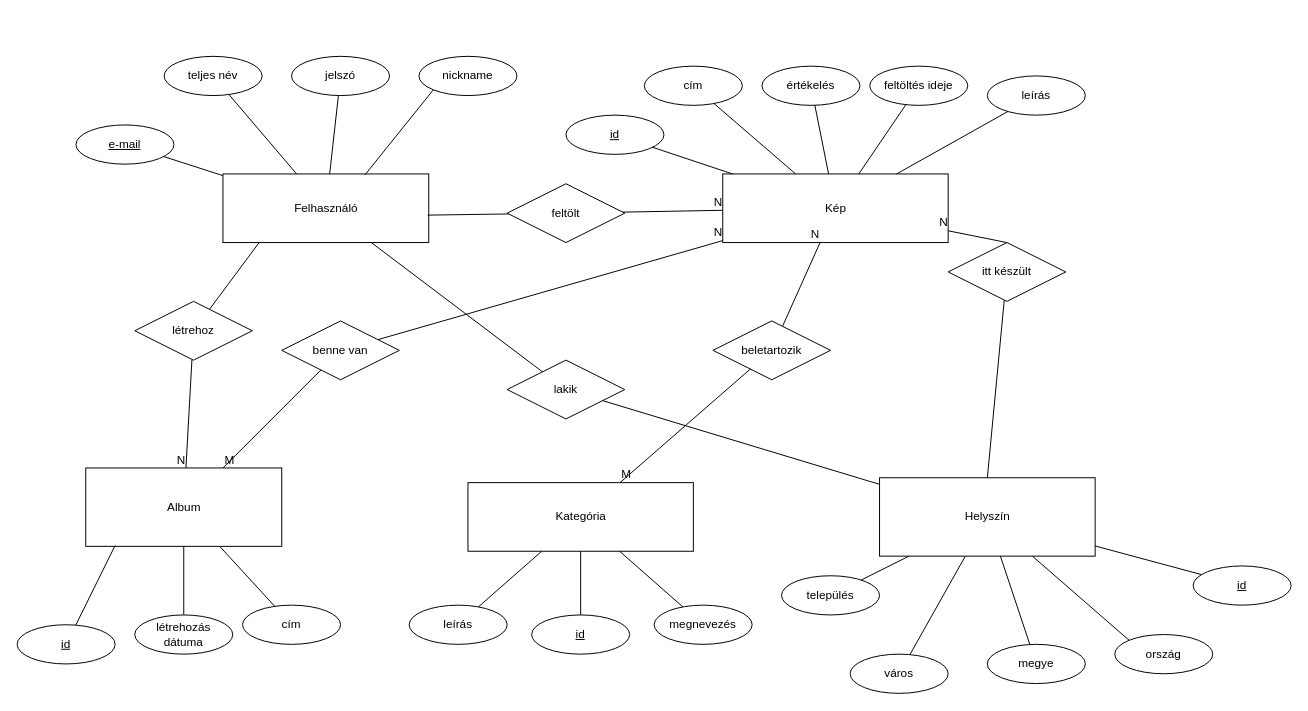
Earlier version of the draw.io diagram ETK.drawio (Bellerroli/adatb_fenykepalbum). Source tidied: cells renumbered, new cells numbered last; positions are measured from the earlier drawing's top-left corner, leaving out a move shared by most shapes. Both pictures are drawn from the tidied source at 98%, with x=0, y=0 at pixel (17, 56).
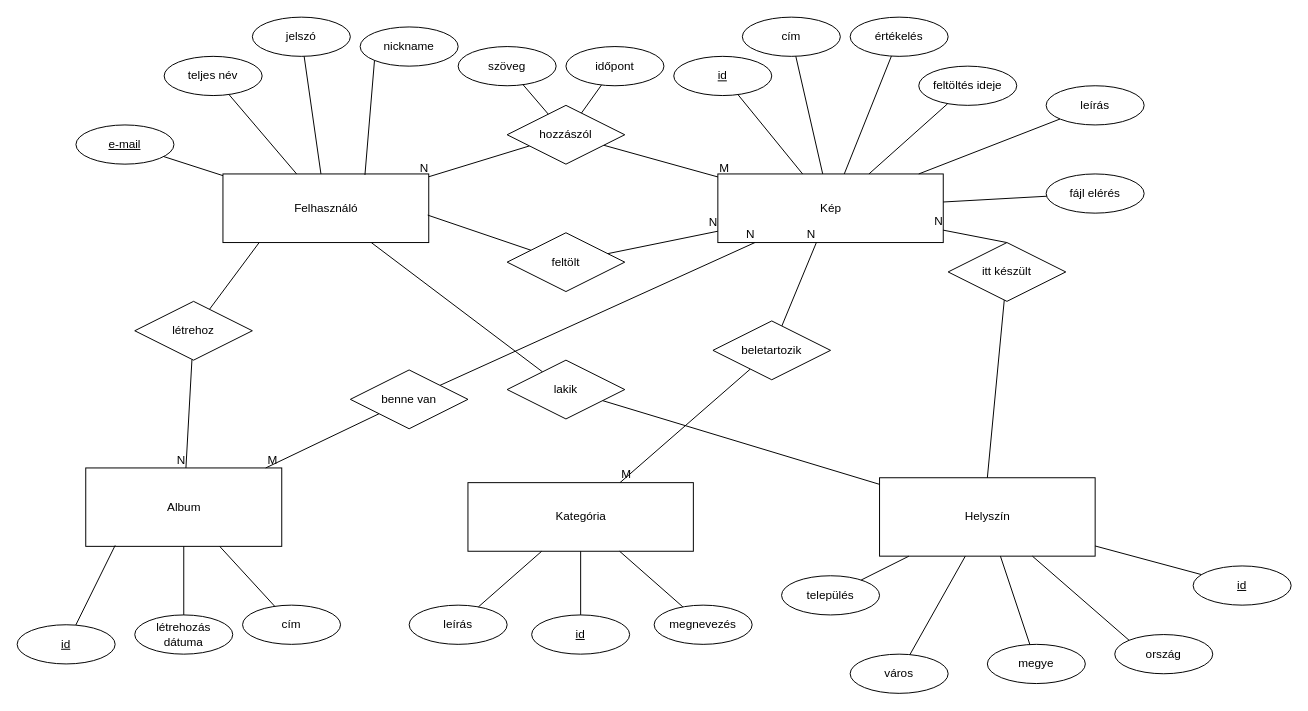
After the change.

Unchanged cells that the change refers to:
```xml
<mxCell id="2" value="Felhasználó" style="html=1;dashed=0;whitespace=wrap;" parent="1" vertex="1">
  <mxGeometry x="210" y="120" width="210" height="70" as="geometry" />
</mxCell>
```

What changed in the source:
```diff
@@
     <mxCell id="4" value="Kép" style="html=1;dashed=0;whitespace=wrap;" parent="1" vertex="1">
-      <mxGeometry x="720" y="120" width="230" height="70" as="geometry" />
+      <mxGeometry x="715" y="120" width="230" height="70" as="geometry" />
     </mxCell>
@@
     <mxCell id="7" value="jelszó" style="ellipse;whiteSpace=wrap;html=1;align=center;" parent="1" vertex="1">
-      <mxGeometry x="280" width="100" height="40" as="geometry" />
+      <mxGeometry x="240" y="-40" width="100" height="40" as="geometry" />
     </mxCell>
     <mxCell id="8" value="nickname" style="ellipse;whiteSpace=wrap;html=1;align=center;" parent="1" vertex="1">
-      <mxGeometry x="410" width="100" height="40" as="geometry" />
+      <mxGeometry x="350" y="-30" width="100" height="40" as="geometry" />
     </mxCell>
@@
     <mxCell id="14" value="cím" style="ellipse;whiteSpace=wrap;html=1;align=center;" parent="1" vertex="1">
-      <mxGeometry x="640" y="10" width="100" height="40" as="geometry" />
+      <mxGeometry x="740" y="-40" width="100" height="40" as="geometry" />
     </mxCell>
     <mxCell id="15" value="értékelés" style="ellipse;whiteSpace=wrap;html=1;align=center;" parent="1" vertex="1">
-      <mxGeometry x="760" y="10" width="100" height="40" as="geometry" />
+      <mxGeometry x="850" y="-40" width="100" height="40" as="geometry" />
     </mxCell>
     <mxCell id="16" value="feltöltés ideje" style="ellipse;whiteSpace=wrap;html=1;align=center;" parent="1" vertex="1">
-      <mxGeometry x="870" y="10" width="100" height="40" as="geometry" />
+      <mxGeometry x="920" y="10" width="100" height="40" as="geometry" />
     </mxCell>
     <mxCell id="17" value="leírás" style="ellipse;whiteSpace=wrap;html=1;align=center;" parent="1" vertex="1">
-      <mxGeometry x="990" y="20" width="100" height="40" as="geometry" />
+      <mxGeometry x="1050" y="30" width="100" height="40" as="geometry" />
     </mxCell>
     <mxCell id="18" value="id" style="ellipse;whiteSpace=wrap;html=1;align=center;fontStyle=4;" parent="1" vertex="1">
-      <mxGeometry x="560" y="60" width="100" height="40" as="geometry" />
+      <mxGeometry x="670" width="100" height="40" as="geometry" />
     </mxCell>
@@
     <mxCell id="66" value="feltölt" style="shape=rhombus;perimeter=rhombusPerimeter;whiteSpace=wrap;html=1;align=center;" parent="1" vertex="1">
-      <mxGeometry x="500" y="130" width="120" height="60" as="geometry" />
+      <mxGeometry x="500" y="180" width="120" height="60" as="geometry" />
     </mxCell>
@@
     <mxCell id="71" value="benne van" style="shape=rhombus;perimeter=rhombusPerimeter;whiteSpace=wrap;html=1;align=center;" parent="1" vertex="1">
-      <mxGeometry x="270" y="270" width="120" height="60" as="geometry" />
+      <mxGeometry x="340" y="320" width="120" height="60" as="geometry" />
     </mxCell>
+    <mxCell id="72" style="endArrow=none;html=1;rounded=0;startArrow=none;" parent="1" edge="1" source="76" target="2">
+      <mxGeometry relative="1" as="geometry" />
+    </mxCell>
+    <mxCell id="73" value="N" style="html=1;align=right;verticalAlign=bottom;" parent="72" vertex="1">
+      <mxGeometry x="1" relative="1" as="geometry" />
+    </mxCell>
+    <mxCell id="74" style="endArrow=none;html=1;rounded=0;" parent="1" edge="1" source="4" target="76">
+      <mxGeometry relative="1" as="geometry" />
+    </mxCell>
+    <mxCell id="75" value="M" style="html=1;align=left;verticalAlign=bottom;" parent="74" vertex="1">
+      <mxGeometry x="-1" relative="1" as="geometry" />
+    </mxCell>
+    <mxCell id="76" value="hozzászól" style="shape=rhombus;perimeter=rhombusPerimeter;whiteSpace=wrap;html=1;align=center;" parent="1" vertex="1">
+      <mxGeometry x="500" y="50" width="120" height="60" as="geometry" />
+    </mxCell>
+    <mxCell id="77" value="szöveg" style="ellipse;whiteSpace=wrap;html=1;align=center;" parent="1" vertex="1">
+      <mxGeometry x="450" y="-10" width="100" height="40" as="geometry" />
+    </mxCell>
+    <mxCell id="78" value="időpont" style="ellipse;whiteSpace=wrap;html=1;align=center;" parent="1" vertex="1">
+      <mxGeometry x="560" y="-10" width="100" height="40" as="geometry" />
+    </mxCell>
+    <mxCell id="79" style="endArrow=none;html=1;rounded=0;" parent="1" edge="1" source="76" target="78">
+      <mxGeometry relative="1" as="geometry" />
+    </mxCell>
+    <mxCell id="80" style="endArrow=none;html=1;rounded=0;" parent="1" edge="1" source="76" target="77">
+      <mxGeometry relative="1" as="geometry" />
+    </mxCell>
+    <mxCell id="81" value="fájl elérés" style="ellipse;whiteSpace=wrap;html=1;align=center;" parent="1" vertex="1">
+      <mxGeometry x="1050" y="120" width="100" height="40" as="geometry" />
+    </mxCell>
+    <mxCell id="82" style="endArrow=none;html=1;rounded=0;" parent="1" edge="1" source="4" target="81">
+      <mxGeometry relative="1" as="geometry" />
+    </mxCell>
```
